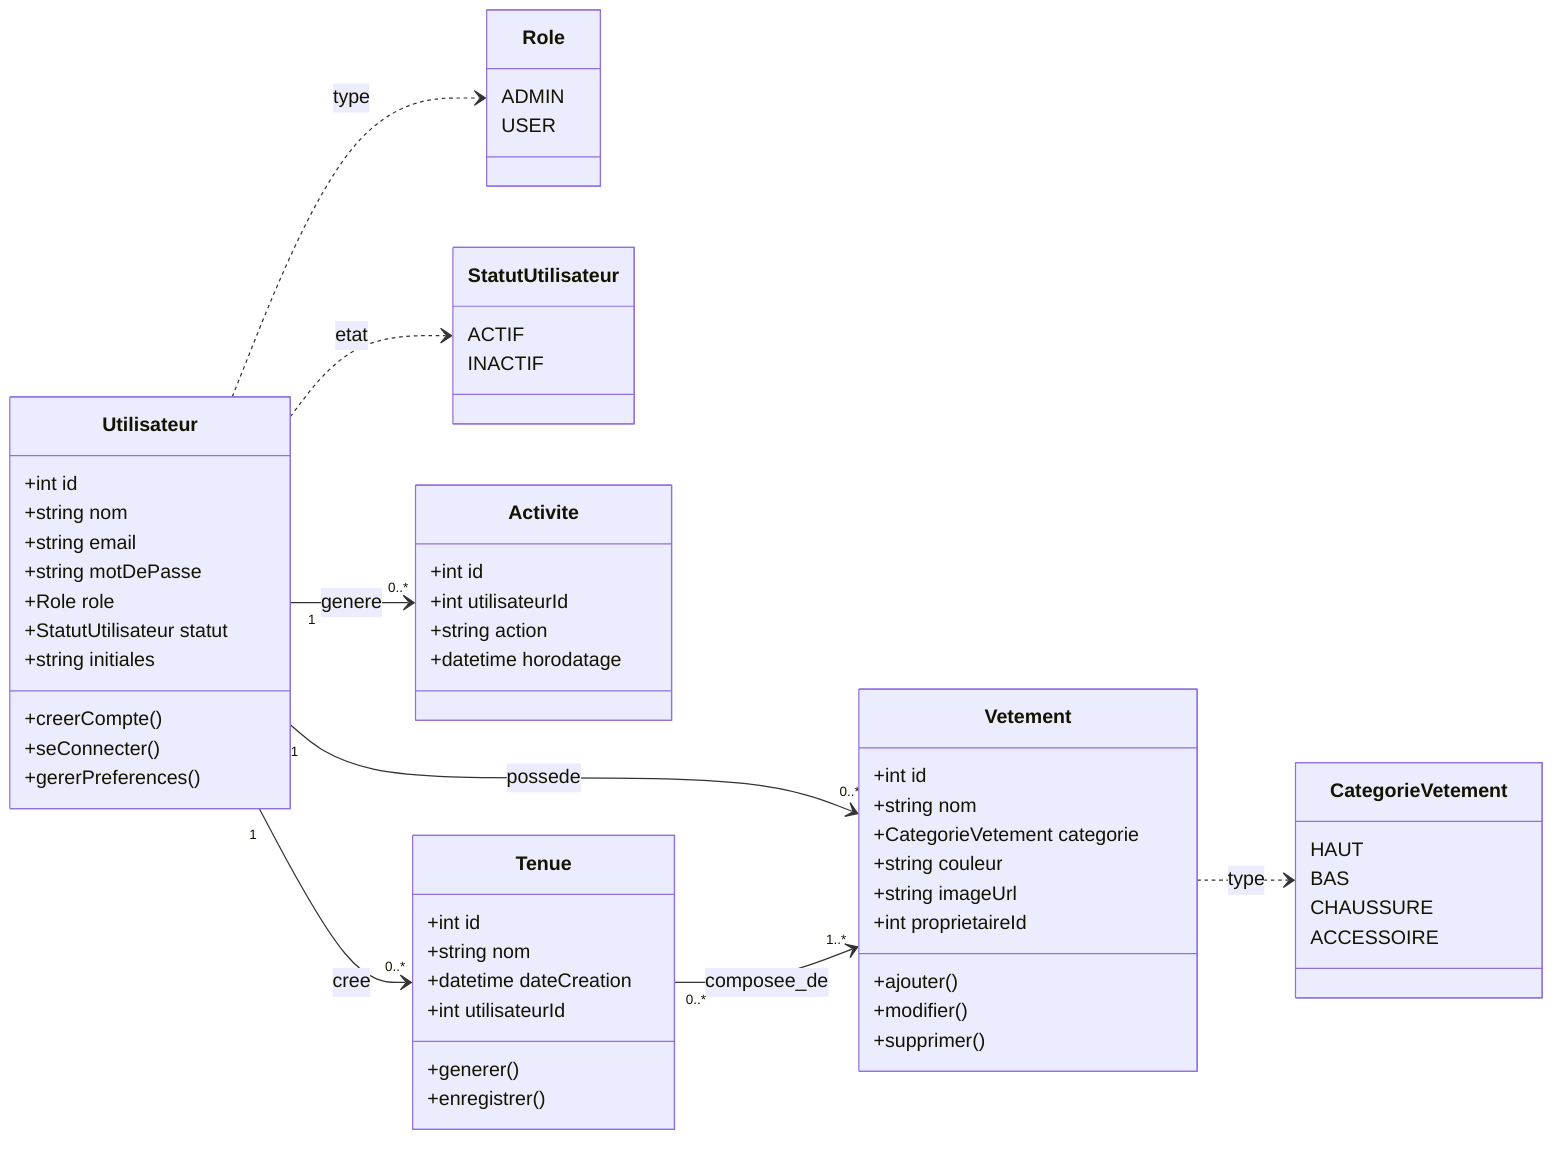
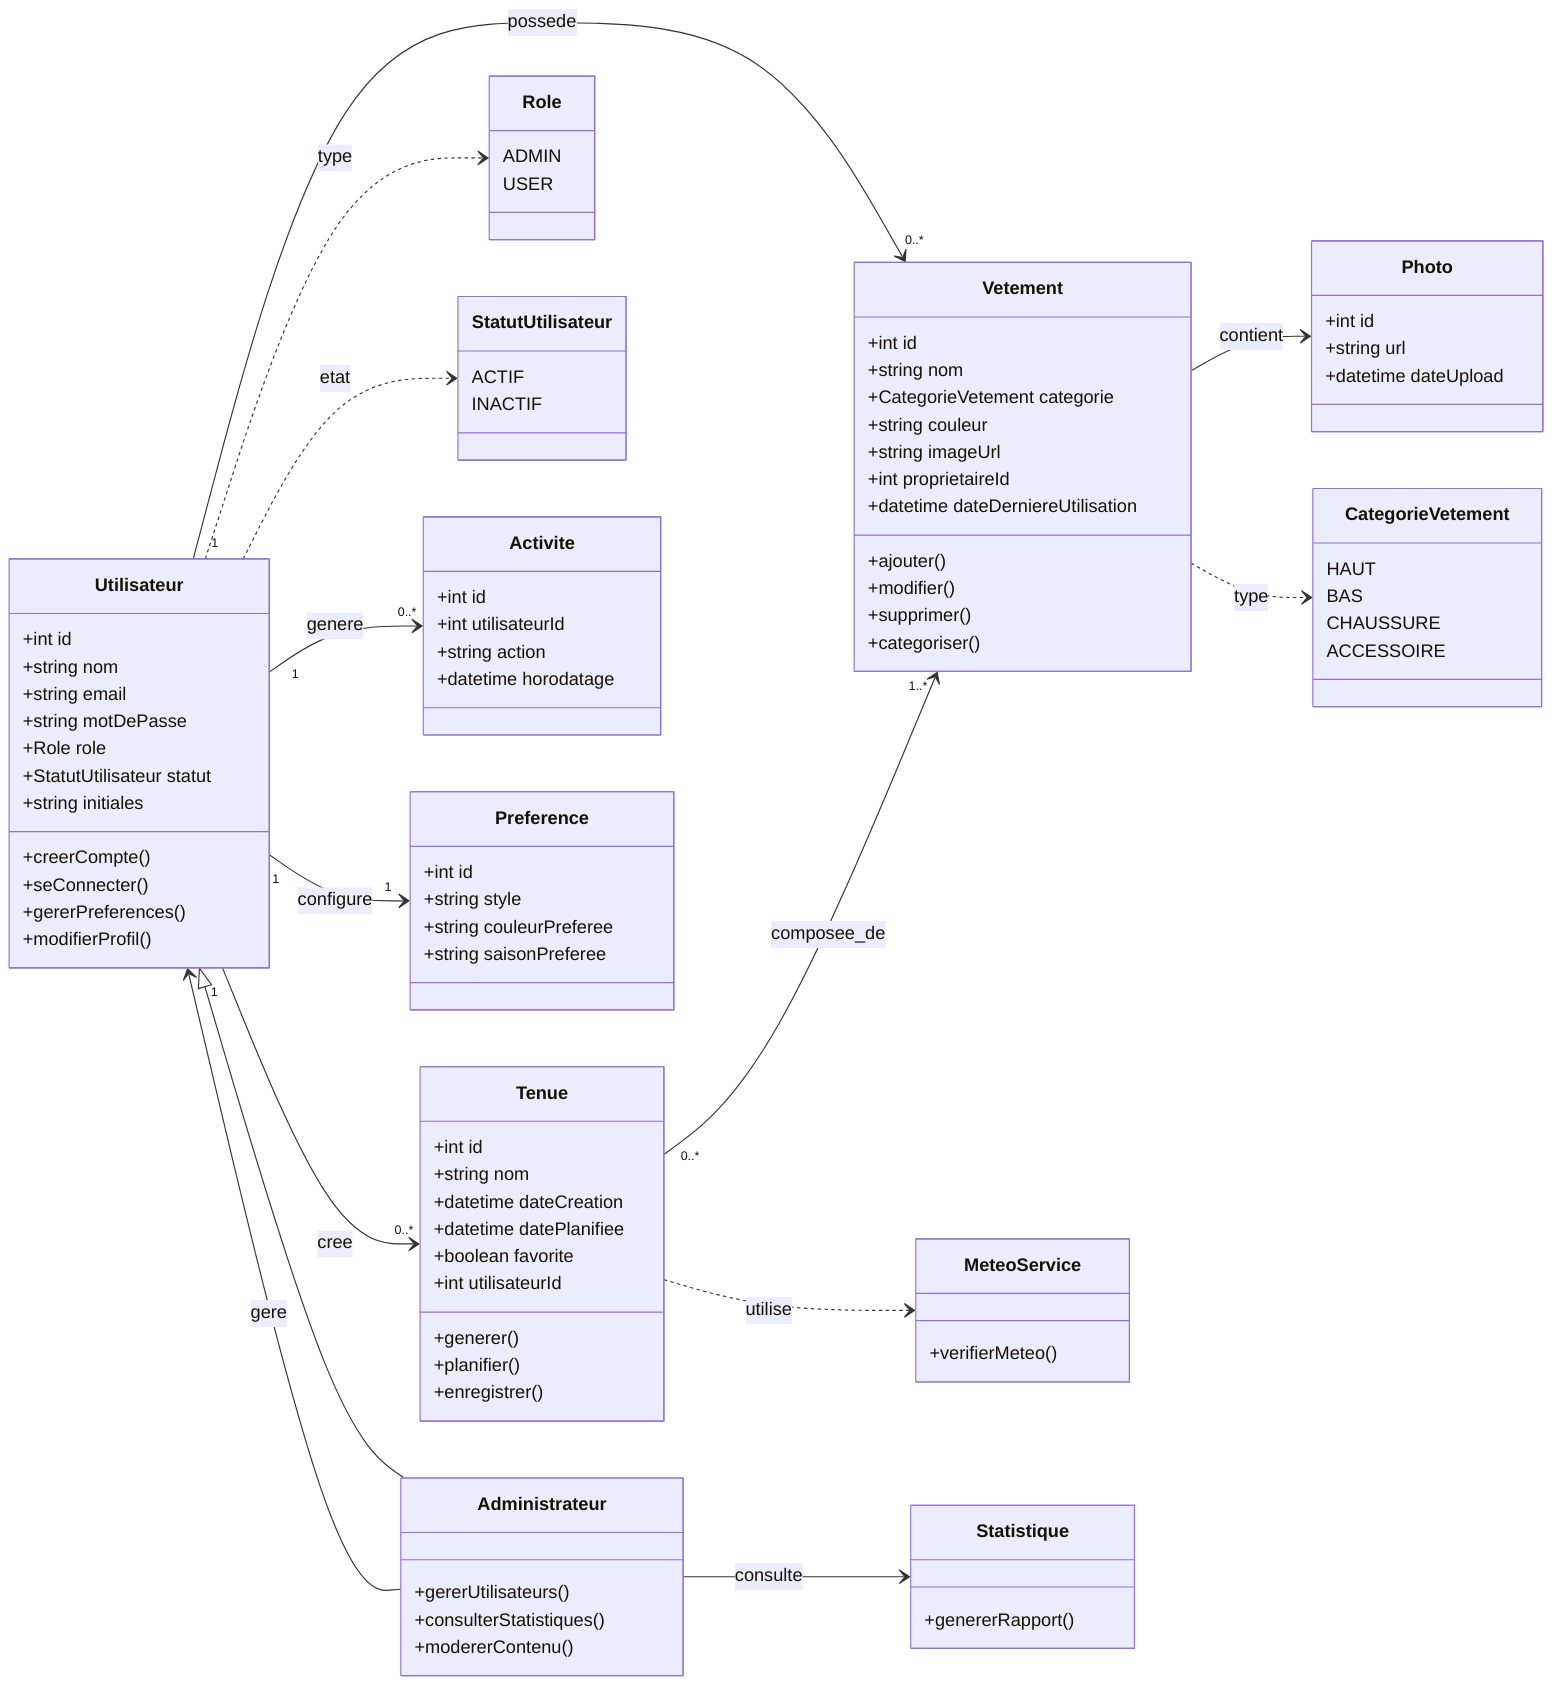
classDiagram
    direction LR

    class Utilisateur {
        +int id
        +string nom
        +string email
        +string motDePasse
        +Role role
        +StatutUtilisateur statut
        +string initiales
        +creerCompte()
        +seConnecter()
        +gererPreferences()
+         +modifierProfil()
+     }
+ 
+     class Administrateur {
+         +gererUtilisateurs()
+         +consulterStatistiques()
+         +modererContenu()
    }

    class Role {
        ADMIN
        USER
    }

    class StatutUtilisateur {
        ACTIF
        INACTIF
    }

    class Activite {
        +int id
        +int utilisateurId
        +string action
        +datetime horodatage
    }

+     class Preference {
+         +int id
+         +string style
+         +string couleurPreferee
+         +string saisonPreferee
+     }
+ 
    class Tenue {
        +int id
        +string nom
        +datetime dateCreation
+         +datetime datePlanifiee
+         +boolean favorite
        +int utilisateurId
        +generer()
+         +planifier()
        +enregistrer()
    }

    class Vetement {
        +int id
        +string nom
        +CategorieVetement categorie
        +string couleur
        +string imageUrl
        +int proprietaireId
+         +datetime dateDerniereUtilisation
        +ajouter()
        +modifier()
        +supprimer()
+         +categoriser()
+     }
+ 
+     class Photo {
+         +int id
+         +string url
+         +datetime dateUpload
    }

    class CategorieVetement {
        HAUT
        BAS
        CHAUSSURE
        ACCESSOIRE
    }

+     class MeteoService {
+         +verifierMeteo()
+     }
+ 
+     class Statistique {
+         +genererRapport()
+     }
+ 
+     Utilisateur <|-- Administrateur
    Utilisateur ..> Role : type
    Utilisateur ..> StatutUtilisateur : etat
    Utilisateur "1" --> "0..*" Activite : genere
    Utilisateur "1" --> "0..*" Tenue : cree
    Utilisateur "1" --> "0..*" Vetement : possede
+     Utilisateur "1" --> "1" Preference : configure
+ 
    Tenue "0..*" --> "1..*" Vetement : composee_de
-     Vetement ..> CategorieVetement : type+     Tenue ..> MeteoService : utilise
+ 
+     Vetement --> Photo : contient
+     Vetement ..> CategorieVetement : type
+ 
+     Administrateur --> Utilisateur : gere
+     Administrateur --> Statistique : consulte